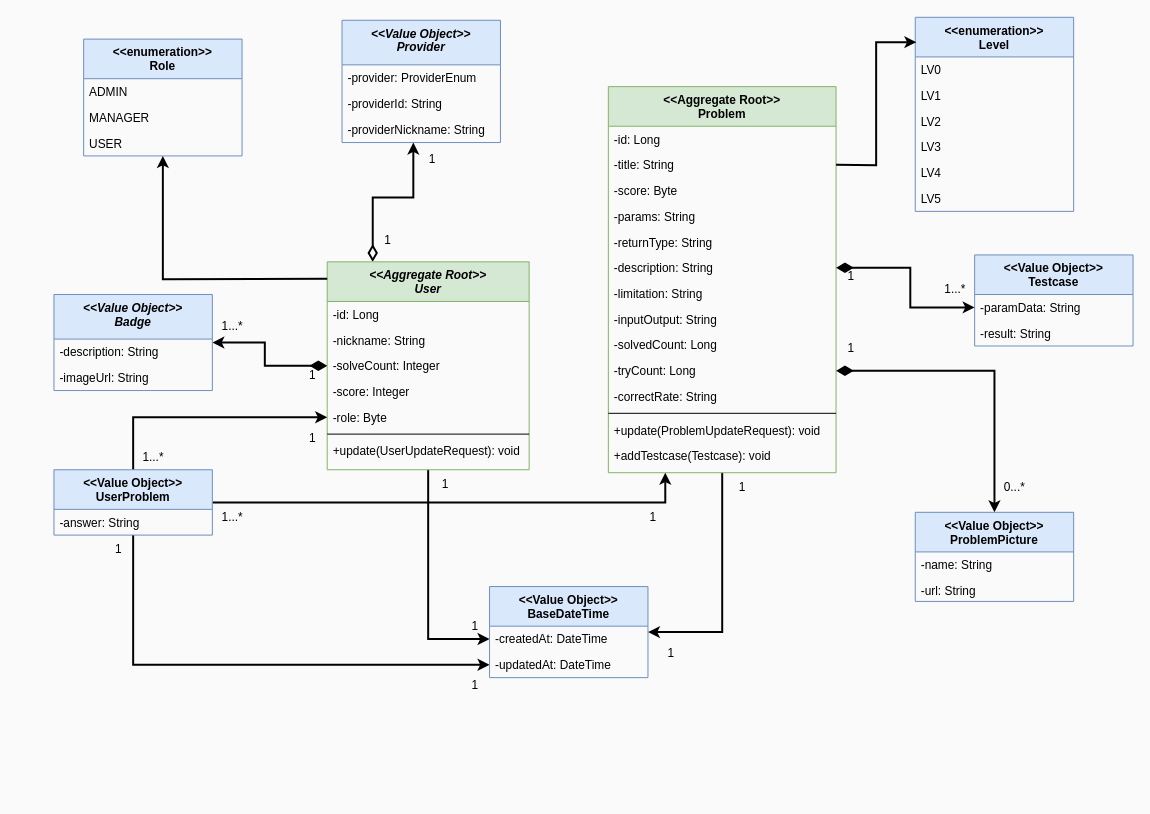
Before: code-challenge-UML.drawio in ness727/code-challenge, a draw.io diagram. Source tidied: cells renumbered, new cells numbered last; positions are measured from the earlier drawing's top-left corner, leaving out a move shared by most shapes. Both pictures are drawn from the tidied source at 99%, with x=0, y=0 at pixel (53, 17).
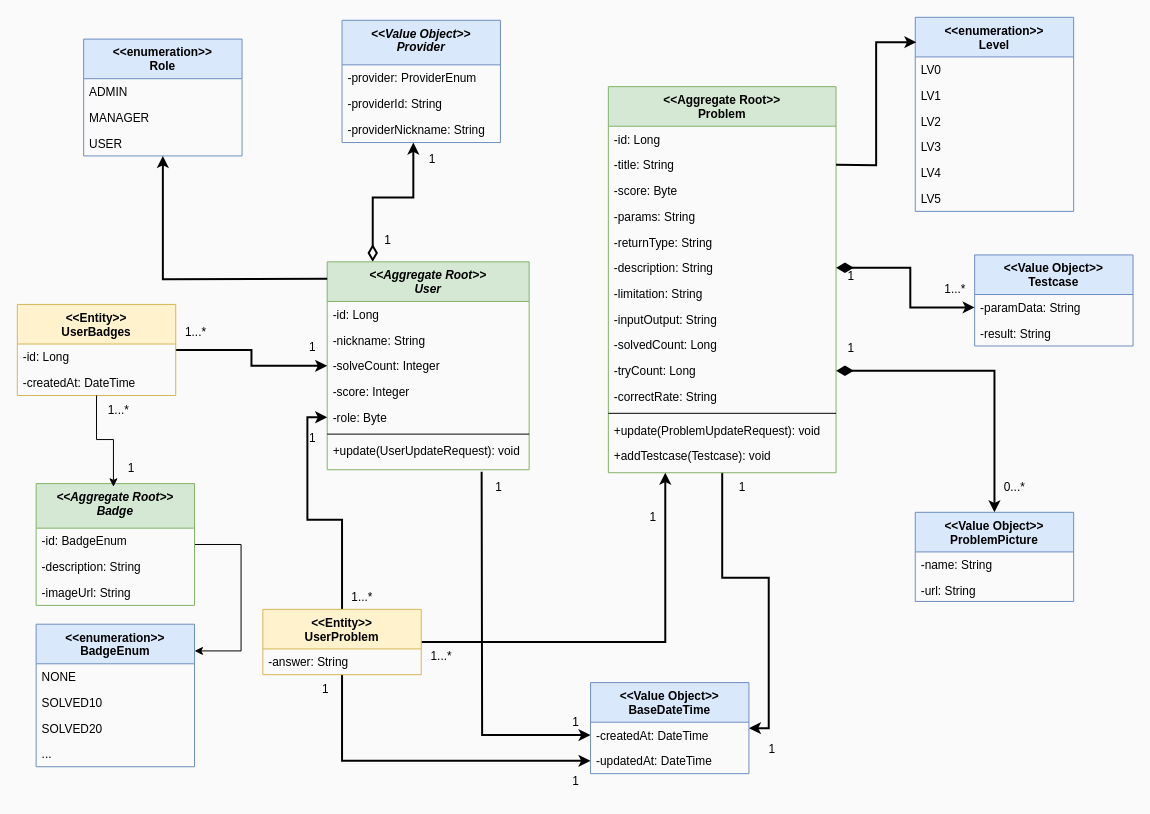
The same page after the edit.

Unchanged cells that the change refers to:
```xml
<mxCell id="4" value="&lt;&lt;Aggregate Root&gt;&gt;&#10;User" style="swimlane;fontStyle=3;align=center;verticalAlign=top;horizontal=1;startSize=40;rounded=0;shadow=0;strokeWidth=1;labelBackgroundColor=none;fillColor=#d5e8d4;strokeColor=#82b366;" parent="1" vertex="1">
  <mxGeometry x="276" y="247" width="204" height="210" as="geometry" />
</mxCell>
<mxCell id="58" value="-createdAt: DateTime" style="text;align=left;verticalAlign=top;spacingLeft=4;spacingRight=4;overflow=hidden;points=[[0,0.5],[1,0.5]];portConstraint=eastwest;rounded=0;shadow=0;html=0;" parent="57" vertex="1">
  <mxGeometry y="40" width="160" height="26" as="geometry" />
</mxCell>
```

Diff of the diagram source:
```diff
@@
-    <mxCell id="2" style="edgeStyle=orthogonalEdgeStyle;rounded=0;jettySize=auto;html=1;entryX=0;entryY=0.5;entryDx=0;entryDy=0;strokeWidth=2;" parent="1" edge="1" source="4" target="58">
-      <mxGeometry relative="1" as="geometry" />
+    <mxCell id="2" style="edgeStyle=orthogonalEdgeStyle;rounded=0;jettySize=auto;html=1;entryX=0;entryY=0.5;entryDx=0;entryDy=0;strokeWidth=2;" parent="1" edge="1" target="58">
+      <mxGeometry relative="1" as="geometry">
+        <mxPoint x="432" y="459" as="sourcePoint" />
+      </mxGeometry>
     </mxCell>
@@
-    <mxCell id="28" style="edgeStyle=orthogonalEdgeStyle;rounded=0;jettySize=auto;html=1;strokeWidth=2;endArrow=diamondThin;endFill=1;startArrow=classic;startFill=1;endSize=12;" parent="1" edge="1" source="29" target="4">
-      <mxGeometry relative="1" as="geometry" />
-    </mxCell>
+    <mxCell id="83" style="edgeStyle=orthogonalEdgeStyle;rounded=0;jettySize=auto;html=1;" parent="1" edge="1" source="29" target="92">
+      <mxGeometry relative="1" as="geometry">
+        <Array as="points">
+          <mxPoint x="189" y="532" />
+          <mxPoint x="189" y="640" />
+        </Array>
+      </mxGeometry>
+    </mxCell>
-    <mxCell id="29" value="&lt;&lt;Value Object&gt;&gt;&#10;Badge" style="swimlane;fontStyle=3;align=center;verticalAlign=top;horizontal=1;startSize=45;rounded=0;shadow=0;strokeWidth=1;fillColor=#dae8fc;strokeColor=#6c8ebf;" parent="1" vertex="1">
-      <mxGeometry y="280" width="160" height="97" as="geometry" />
+    <mxCell id="29" value="&lt;&lt;Aggregate Root&gt;&gt;&#10;Badge" style="swimlane;fontStyle=3;align=center;verticalAlign=top;horizontal=1;startSize=45;rounded=0;shadow=0;strokeWidth=1;fillColor=#d5e8d4;strokeColor=#82b366;" parent="1" vertex="1">
+      <mxGeometry x="-18" y="471" width="160" height="123" as="geometry" />
     </mxCell>
-    <mxCell id="30" value="-description: String" style="text;align=left;verticalAlign=top;spacingLeft=4;spacingRight=4;overflow=hidden;" parent="29" vertex="1">
+    <mxCell id="30" value="-id: BadgeEnum" style="text;align=left;verticalAlign=top;spacingLeft=4;spacingRight=4;overflow=hidden;" parent="29" vertex="1">
       <mxGeometry y="45" width="160" height="26" as="geometry" />
     </mxCell>
+    <mxCell id="84" value="-description: String" style="text;align=left;verticalAlign=top;spacingLeft=4;spacingRight=4;overflow=hidden;" parent="29" vertex="1">
+      <mxGeometry y="71" width="160" height="26" as="geometry" />
+    </mxCell>
     <mxCell id="31" value="-imageUrl: String" style="text;align=left;verticalAlign=top;spacingLeft=4;spacingRight=4;overflow=hidden;rounded=0;shadow=0;html=0;" parent="29" vertex="1">
-      <mxGeometry y="71" width="160" height="26" as="geometry" />
+      <mxGeometry y="97" width="160" height="26" as="geometry" />
     </mxCell>
     <mxCell id="32" value="1" style="text;html=1;align=center;verticalAlign=middle;strokeColor=none;fillColor=none;" parent="1" vertex="1">
-      <mxGeometry x="246" y="347" width="30" height="30" as="geometry" />
+      <mxGeometry x="246" y="319" width="30" height="30" as="geometry" />
     </mxCell>
     <mxCell id="33" value="1...*" style="text;html=1;align=center;verticalAlign=middle;strokeColor=none;fillColor=none;" parent="1" vertex="1">
-      <mxGeometry x="160" y="297" width="40" height="30" as="geometry" />
+      <mxGeometry x="45" y="382" width="40" height="30" as="geometry" />
     </mxCell>
@@
-    <mxCell id="44" value="&lt;&lt;Value Object&gt;&gt;&#10;UserProblem" style="swimlane;fontStyle=1;align=center;verticalAlign=top;horizontal=1;startSize=40;rounded=0;shadow=0;strokeWidth=1;fillColor=#dae8fc;strokeColor=#6c8ebf;" parent="1" vertex="1">
-      <mxGeometry y="457" width="160" height="66" as="geometry" />
+    <mxCell id="44" value="&lt;&lt;Entity&gt;&gt;&#10;UserProblem" style="swimlane;fontStyle=1;align=center;verticalAlign=top;horizontal=1;startSize=40;rounded=0;shadow=0;strokeWidth=1;fillColor=#fff2cc;strokeColor=#d6b656;" parent="1" vertex="1">
+      <mxGeometry x="211" y="598" width="160" height="66" as="geometry" />
     </mxCell>
@@
     <mxCell id="57" value="&lt;&lt;Value Object&gt;&gt;&#10;BaseDateTime" style="swimlane;fontStyle=1;align=center;verticalAlign=top;horizontal=1;startSize=40;rounded=0;shadow=0;strokeWidth=1;fillColor=#dae8fc;strokeColor=#6c8ebf;" parent="1" vertex="1">
-      <mxGeometry x="440" y="575" width="160" height="92" as="geometry" />
+      <mxGeometry x="542" y="672" width="160" height="92" as="geometry" />
     </mxCell>
@@
     <mxCell id="70" value="1...*" style="text;html=1;align=center;verticalAlign=middle;strokeColor=none;fillColor=none;" parent="1" vertex="1">
-      <mxGeometry x="80" y="430" width="40" height="30" as="geometry" />
+      <mxGeometry x="291" y="571" width="40" height="30" as="geometry" />
     </mxCell>
     <mxCell id="71" value="1...*" style="text;html=1;align=center;verticalAlign=middle;strokeColor=none;fillColor=none;" parent="1" vertex="1">
-      <mxGeometry x="160" y="490" width="40" height="30" as="geometry" />
+      <mxGeometry x="371" y="631" width="40" height="30" as="geometry" />
     </mxCell>
     <mxCell id="72" value="1" style="text;html=1;align=center;verticalAlign=middle;strokeColor=none;fillColor=none;" parent="1" vertex="1">
-      <mxGeometry x="50" y="523" width="30" height="30" as="geometry" />
+      <mxGeometry x="259" y="664" width="30" height="30" as="geometry" />
     </mxCell>
     <mxCell id="73" value="1" style="text;html=1;align=center;verticalAlign=middle;strokeColor=none;fillColor=none;" parent="1" vertex="1">
-      <mxGeometry x="410" y="660" width="30" height="30" as="geometry" />
+      <mxGeometry x="512" y="757" width="30" height="30" as="geometry" />
     </mxCell>
     <mxCell id="74" value="1" style="text;html=1;align=center;verticalAlign=middle;strokeColor=none;fillColor=none;" parent="1" vertex="1">
-      <mxGeometry x="410" y="600" width="30" height="30" as="geometry" />
+      <mxGeometry x="512" y="697" width="30" height="30" as="geometry" />
     </mxCell>
     <mxCell id="75" value="1" style="text;html=1;align=center;verticalAlign=middle;strokeColor=none;fillColor=none;" parent="1" vertex="1">
-      <mxGeometry x="380" y="457" width="30" height="30" as="geometry" />
+      <mxGeometry x="434" y="460" width="30" height="30" as="geometry" />
     </mxCell>
@@
     <mxCell id="77" value="1" style="text;html=1;align=center;verticalAlign=middle;strokeColor=none;fillColor=none;" parent="1" vertex="1">
-      <mxGeometry x="608" y="628" width="30" height="30" as="geometry" />
+      <mxGeometry x="710" y="725" width="30" height="30" as="geometry" />
     </mxCell>
@@
+    <mxCell id="85" style="edgeStyle=orthogonalEdgeStyle;rounded=0;jettySize=auto;html=1;strokeWidth=2;" parent="1" edge="1" source="86" target="4">
+      <mxGeometry relative="1" as="geometry" />
+    </mxCell>
+    <mxCell id="86" value="&lt;&lt;Entity&gt;&gt;&#10;UserBadges" style="swimlane;fontStyle=1;align=center;verticalAlign=top;horizontal=1;startSize=40;rounded=0;shadow=0;strokeWidth=1;fillColor=#fff2cc;strokeColor=#d6b656;" parent="1" vertex="1">
+      <mxGeometry x="-37" y="290" width="160" height="92" as="geometry" />
+    </mxCell>
+    <mxCell id="87" value="-id: Long" style="text;align=left;verticalAlign=top;spacingLeft=4;spacingRight=4;overflow=hidden;" parent="86" vertex="1">
+      <mxGeometry y="40" width="160" height="26" as="geometry" />
+    </mxCell>
+    <mxCell id="88" value="-createdAt: DateTime" style="text;align=left;verticalAlign=top;spacingLeft=4;spacingRight=4;overflow=hidden;" parent="86" vertex="1">
+      <mxGeometry y="66" width="160" height="26" as="geometry" />
+    </mxCell>
+    <mxCell id="89" value="1...*" style="text;html=1;align=center;verticalAlign=middle;strokeColor=none;fillColor=none;" parent="1" vertex="1">
+      <mxGeometry x="123" y="303" width="40" height="30" as="geometry" />
+    </mxCell>
+    <mxCell id="90" style="edgeStyle=orthogonalEdgeStyle;rounded=0;jettySize=auto;html=1;entryX=0.488;entryY=0.026;entryDx=0;entryDy=0;entryPerimeter=0;" parent="1" edge="1" source="86" target="29">
+      <mxGeometry relative="1" as="geometry" />
+    </mxCell>
+    <mxCell id="91" value="1" style="text;html=1;align=center;verticalAlign=middle;strokeColor=none;fillColor=none;" parent="1" vertex="1">
+      <mxGeometry x="63" y="441" width="30" height="30" as="geometry" />
+    </mxCell>
+    <mxCell id="92" value="&lt;&lt;enumeration&gt;&gt;&#10;BadgeEnum" style="swimlane;fontStyle=1;align=center;verticalAlign=top;horizontal=1;startSize=40;rounded=0;shadow=0;strokeWidth=1;fillColor=#dae8fc;strokeColor=#6c8ebf;" parent="1" vertex="1">
+      <mxGeometry x="-18" y="613" width="160" height="144" as="geometry" />
+    </mxCell>
+    <mxCell id="93" value="NONE" style="text;align=left;verticalAlign=top;spacingLeft=4;spacingRight=4;overflow=hidden;rounded=0;shadow=0;html=0;" parent="92" vertex="1">
+      <mxGeometry y="40" width="160" height="26" as="geometry" />
+    </mxCell>
+    <mxCell id="94" value="SOLVED10" style="text;align=left;verticalAlign=top;spacingLeft=4;spacingRight=4;overflow=hidden;rounded=0;shadow=0;html=0;" parent="92" vertex="1">
+      <mxGeometry y="66" width="160" height="26" as="geometry" />
+    </mxCell>
+    <mxCell id="95" value="SOLVED20" style="text;align=left;verticalAlign=top;spacingLeft=4;spacingRight=4;overflow=hidden;rounded=0;shadow=0;html=0;" parent="92" vertex="1">
+      <mxGeometry y="92" width="160" height="26" as="geometry" />
+    </mxCell>
+    <mxCell id="96" value="..." style="text;align=left;verticalAlign=top;spacingLeft=4;spacingRight=4;overflow=hidden;rounded=0;shadow=0;html=0;" parent="92" vertex="1">
+      <mxGeometry y="118" width="160" height="26" as="geometry" />
+    </mxCell>
```
